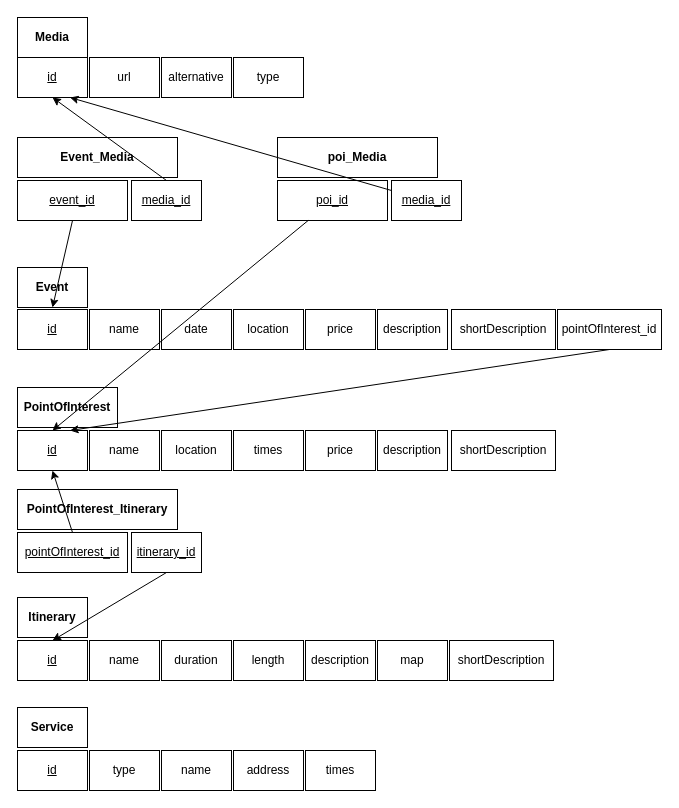
This is Design-part/drawio/RelationalSchemaHYPDesign.drawio from SebastianCastellano/Hypermedia-Project, a draw.io file, before an edit. Source tidied: cells renumbered, new cells numbered last; positions are measured from the earlier drawing's top-left corner, leaving out a move shared by most shapes. Both pictures are drawn from the tidied source at 100%, with x=0, y=0 at pixel (17, 17).
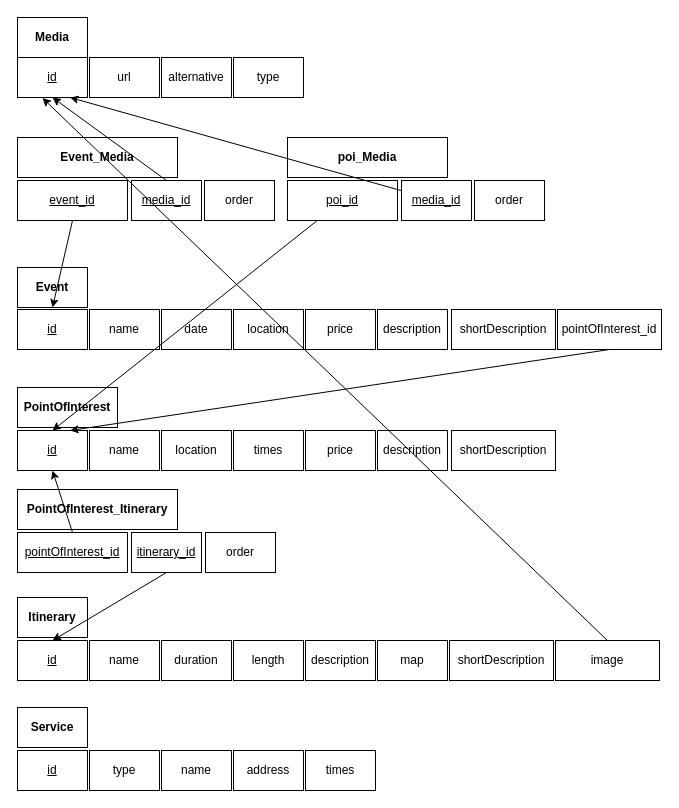
After the change.

The change refers to these unchanged cells:
```xml
<mxCell id="40" value="id" style="rounded=0;whiteSpace=wrap;html=1;fontStyle=4;" parent="1" vertex="1">
  <mxGeometry y="40" width="70" height="40" as="geometry" />
</mxCell>
```

What changed in the source:
```diff
@@
     <mxCell id="47" value="poi_Media" style="rounded=0;whiteSpace=wrap;html=1;fontStyle=1;" parent="1" vertex="1">
-      <mxGeometry x="260" y="120" width="160" height="40" as="geometry" />
+      <mxGeometry x="270" y="120" width="160" height="40" as="geometry" />
     </mxCell>
     <mxCell id="48" value="poi_id" style="rounded=0;whiteSpace=wrap;html=1;fontStyle=4;" parent="1" vertex="1">
-      <mxGeometry x="260" y="163" width="110" height="40" as="geometry" />
+      <mxGeometry x="270" y="163" width="110" height="40" as="geometry" />
     </mxCell>
     <mxCell id="49" value="media_id" style="rounded=0;whiteSpace=wrap;html=1;fontStyle=4;" parent="1" vertex="1">
-      <mxGeometry x="374" y="163" width="70" height="40" as="geometry" />
+      <mxGeometry x="384" y="163" width="70" height="40" as="geometry" />
     </mxCell>
@@
-    <mxCell id="52" style="endArrow=classic;html=1;rounded=0;exitX=0;exitY=0.25;exitDx=0;exitDy=0;entryX=0.75;entryY=1;entryDx=0;entryDy=0;" parent="1" edge="1" source="49" target="40">
+    <mxCell id="52" style="endArrow=classic;html=1;rounded=0;entryX=0.75;entryY=1;entryDx=0;entryDy=0;" parent="1" edge="1" source="49" target="40">
       <mxGeometry relative="1" as="geometry" />
     </mxCell>
@@
+    <mxCell id="54" value="image" style="rounded=0;whiteSpace=wrap;html=1;" parent="1" vertex="1">
+      <mxGeometry x="538" y="623" width="104" height="40" as="geometry" />
+    </mxCell>
+    <mxCell id="55" style="endArrow=classic;html=1;rounded=0;exitX=0.5;exitY=0;exitDx=0;exitDy=0;entryX=0.357;entryY=1.013;entryDx=0;entryDy=0;entryPerimeter=0;" parent="1" edge="1" source="54" target="40">
+      <mxGeometry relative="1" as="geometry" />
+    </mxCell>
+    <mxCell id="56" value="order" style="rounded=0;whiteSpace=wrap;html=1;" parent="1" vertex="1">
+      <mxGeometry x="188" y="515" width="70" height="40" as="geometry" />
+    </mxCell>
+    <mxCell id="57" value="order" style="rounded=0;whiteSpace=wrap;html=1;" parent="1" vertex="1">
+      <mxGeometry x="187" y="163" width="70" height="40" as="geometry" />
+    </mxCell>
+    <mxCell id="58" value="order" style="rounded=0;whiteSpace=wrap;html=1;" parent="1" vertex="1">
+      <mxGeometry x="457" y="163" width="70" height="40" as="geometry" />
+    </mxCell>
```
